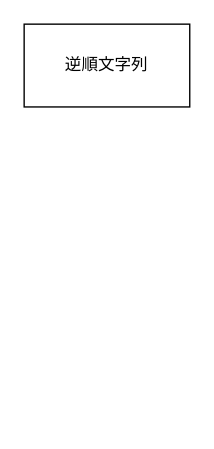
The draw.io diagram draw.io/test.drawio in Rino-program/code, before the edit. Source tidied: cells renumbered, new cells numbered last; positions are measured from the earlier drawing's top-left corner, leaving out a move shared by most shapes. Both pictures are drawn from the tidied source at 138%, with x=0, y=0 at pixel (23, 23).
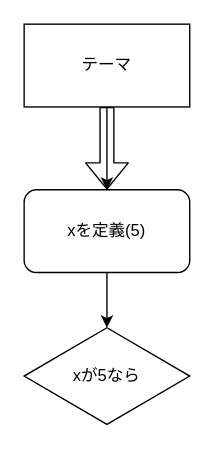
Above is the later version.

Change to the diagram source:
```diff
@@
 <mxGraphModel>
   <root>
     <mxCell id="0" />
     <mxCell id="1" parent="0" />
+    <mxCell id="3" style="edgeStyle=none;html=1;" parent="1" edge="1" source="2" target="5">
+      <mxGeometry relative="1" as="geometry" />
+    </mxCell>
-    <mxCell id="2" value="逆順文字列" style="whiteSpace=wrap;html=1;" parent="1" vertex="1">
+    <mxCell id="2" value="テーマ" style="whiteSpace=wrap;html=1;" parent="1" vertex="1">
       <mxGeometry width="120" height="60" as="geometry" />
     </mxCell>
+    <mxCell id="4" style="edgeStyle=none;html=1;entryX=0.5;entryY=0;entryDx=0;entryDy=0;" parent="1" edge="1" source="5" target="7">
+      <mxGeometry relative="1" as="geometry" />
+    </mxCell>
+    <mxCell id="5" value="xを定義(5)" style="rounded=1;whiteSpace=wrap;html=1;" parent="1" vertex="1">
+      <mxGeometry y="120" width="120" height="60" as="geometry" />
+    </mxCell>
+    <mxCell id="6" style="shape=flexArrow;endArrow=classic;html=1;exitX=0.5;exitY=1;exitDx=0;exitDy=0;entryX=0.5;entryY=0;entryDx=0;entryDy=0;" parent="1" edge="1" source="2" target="5">
+      <mxGeometry relative="1" as="geometry" />
+    </mxCell>
+    <mxCell id="7" value="xが5なら" style="rhombus;whiteSpace=wrap;html=1;" parent="1" vertex="1">
+      <mxGeometry y="220" width="120" height="70" as="geometry" />
+    </mxCell>
   </root>
 </mxGraphModel>
```
